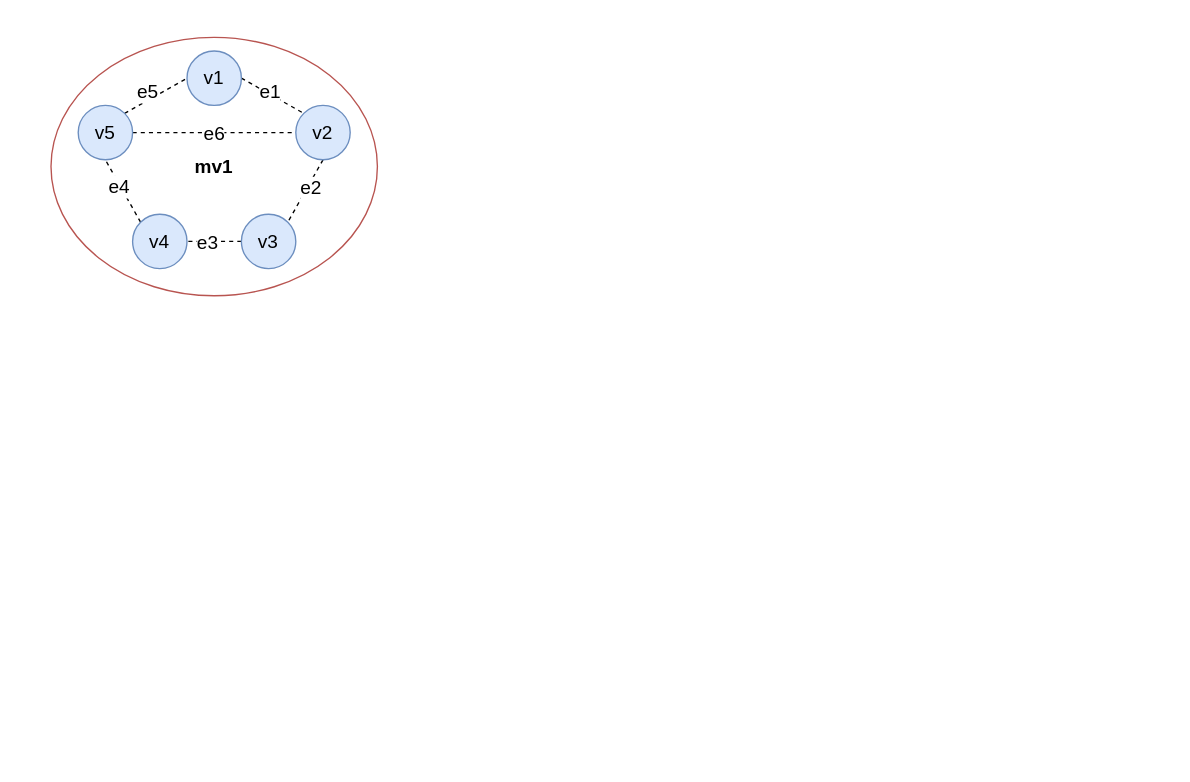
This is Big metagraph.drawio from DMfananddu/MAG_Diploma, a draw.io file, before an edit. Source tidied: cells renumbered, new cells numbered last; positions are measured from the earlier drawing's top-left corner, leaving out a move shared by most shapes. Both pictures are drawn from the tidied source at 136%, with x=0, y=0 at pixel (50, 37).
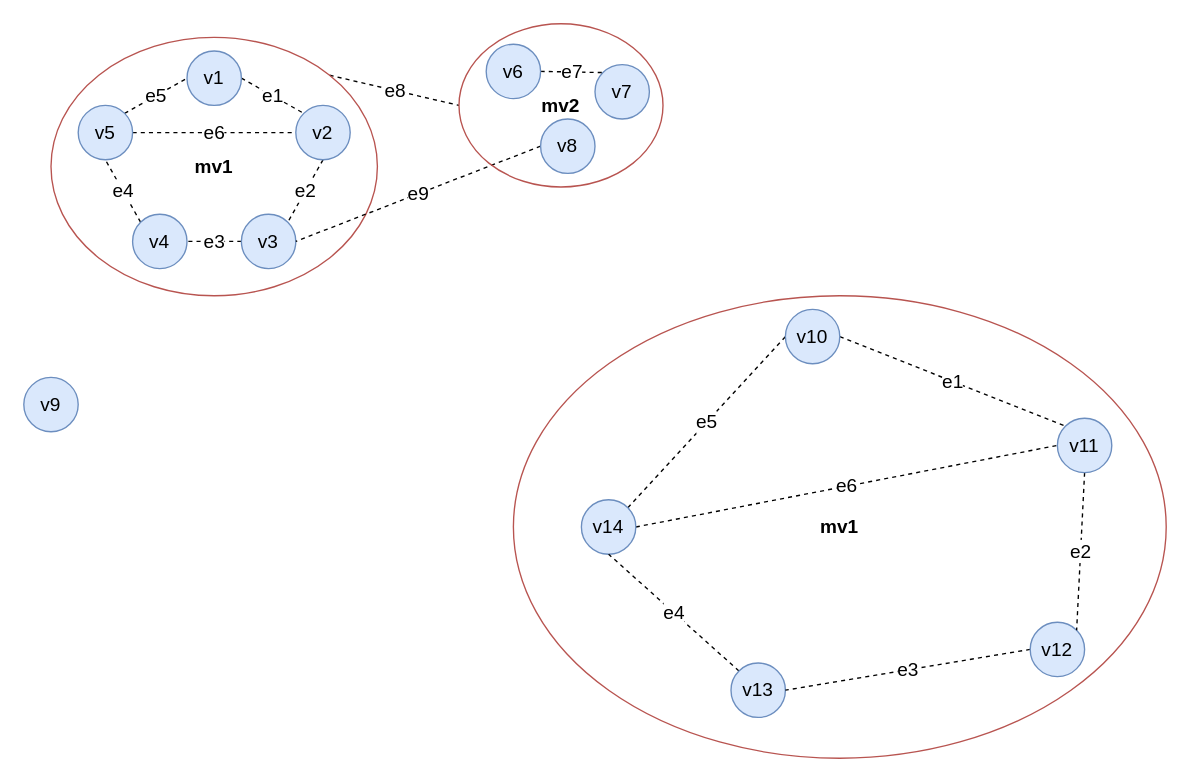
After the change.

Unchanged cells that the change refers to:
```xml
<mxCell id="2" value="mv1" style="ellipse;whiteSpace=wrap;html=1;fillColor=none;strokeColor=#b85450;fontSize=14;fontStyle=1;" parent="1" vertex="1">
  <mxGeometry width="240" height="190" as="geometry" />
</mxCell>
<mxCell id="7" value="v5" style="ellipse;whiteSpace=wrap;html=1;fillColor=#dae8fc;strokeColor=#6c8ebf;fontSize=14;" parent="1" vertex="1">
  <mxGeometry x="20" y="50" width="40" height="40" as="geometry" />
</mxCell>
<mxCell id="10" value="v4" style="ellipse;whiteSpace=wrap;html=1;fillColor=#dae8fc;strokeColor=#6c8ebf;fontSize=14;" parent="1" vertex="1">
  <mxGeometry x="60" y="130" width="40" height="40" as="geometry" />
</mxCell>
<mxCell id="13" value="v3" style="ellipse;whiteSpace=wrap;html=1;fillColor=#dae8fc;strokeColor=#6c8ebf;fontSize=14;" parent="1" vertex="1">
  <mxGeometry x="140" y="130" width="40" height="40" as="geometry" />
</mxCell>
<mxCell id="16" value="v2" style="ellipse;whiteSpace=wrap;html=1;fillColor=#dae8fc;strokeColor=#6c8ebf;fontSize=14;" parent="1" vertex="1">
  <mxGeometry x="180" y="50" width="40" height="40" as="geometry" />
</mxCell>
```

Diff of the diagram source:
```diff
@@
+    <mxCell id="20" value="e8" style="edgeStyle=none;rounded=0;jettySize=auto;html=1;exitX=1;exitY=0;exitDx=0;exitDy=0;entryX=0;entryY=0.5;entryDx=0;entryDy=0;dashed=1;fontSize=14;endArrow=none;endFill=0;" parent="1" edge="1" source="2" target="22">
+      <mxGeometry relative="1" as="geometry" />
+    </mxCell>
@@
-    <mxCell id="3" style="edgeStyle=none;rounded=0;jettySize=auto;html=1;exitX=1;exitY=0;exitDx=0;exitDy=0;entryX=0;entryY=0.5;entryDx=0;entryDy=0;dashed=1;fontSize=14;endArrow=none;endFill=0;" parent="1" edge="1" source="7" target="19">
+    <mxCell id="3" value="e5" style="edgeStyle=none;rounded=0;jettySize=auto;html=1;exitX=1;exitY=0;exitDx=0;exitDy=0;entryX=0;entryY=0.5;entryDx=0;entryDy=0;dashed=1;fontSize=14;endArrow=none;endFill=0;" parent="1" edge="1" source="7" target="19">
       <mxGeometry relative="1" as="geometry" />
     </mxCell>
-    <mxCell id="4" value="e5" style="edgeLabel;html=1;align=center;verticalAlign=middle;fontSize=14;" parent="3" vertex="1">
-      <mxGeometry x="-0.45" relative="1" as="geometry">
-        <mxPoint x="4" y="-9" as="offset" />
-      </mxGeometry>
-    </mxCell>
-    <mxCell id="5" style="edgeStyle=none;rounded=0;jettySize=auto;html=1;exitX=1;exitY=0.5;exitDx=0;exitDy=0;entryX=0;entryY=0.5;entryDx=0;entryDy=0;dashed=1;fontSize=14;endArrow=none;endFill=0;" parent="1" edge="1" source="7" target="16">
+    <mxCell id="5" value="e6" style="edgeStyle=none;rounded=0;jettySize=auto;html=1;exitX=1;exitY=0.5;exitDx=0;exitDy=0;entryX=0;entryY=0.5;entryDx=0;entryDy=0;dashed=1;fontSize=14;endArrow=none;endFill=0;" parent="1" edge="1" source="7" target="16">
       <mxGeometry relative="1" as="geometry" />
     </mxCell>
-    <mxCell id="6" value="e6" style="edgeLabel;html=1;align=center;verticalAlign=middle;fontSize=14;" parent="5" vertex="1">
-      <mxGeometry x="0.34" y="1" relative="1" as="geometry">
-        <mxPoint x="-21" y="1" as="offset" />
-      </mxGeometry>
-    </mxCell>
@@
-    <mxCell id="8" style="edgeStyle=none;rounded=0;jettySize=auto;html=1;exitX=0;exitY=0;exitDx=0;exitDy=0;entryX=0.5;entryY=1;entryDx=0;entryDy=0;dashed=1;fontSize=14;endArrow=none;endFill=0;" parent="1" edge="1" source="10" target="7">
+    <mxCell id="8" value="e4" style="edgeStyle=none;rounded=0;jettySize=auto;html=1;exitX=0;exitY=0;exitDx=0;exitDy=0;entryX=0.5;entryY=1;entryDx=0;entryDy=0;dashed=1;fontSize=14;endArrow=none;endFill=0;" parent="1" edge="1" source="10" target="7">
       <mxGeometry relative="1" as="geometry" />
     </mxCell>
-    <mxCell id="9" value="e4" style="edgeLabel;html=1;align=center;verticalAlign=middle;fontSize=14;" parent="8" vertex="1">
-      <mxGeometry x="-0.38" relative="1" as="geometry">
-        <mxPoint x="-8" y="-12" as="offset" />
-      </mxGeometry>
-    </mxCell>
@@
-    <mxCell id="11" style="edgeStyle=none;rounded=0;jettySize=auto;html=1;exitX=0;exitY=0.5;exitDx=0;exitDy=0;entryX=1;entryY=0.5;entryDx=0;entryDy=0;dashed=1;fontSize=14;endArrow=none;endFill=0;" parent="1" edge="1" source="13" target="10">
+    <mxCell id="11" value="e3" style="edgeStyle=none;rounded=0;jettySize=auto;html=1;exitX=0;exitY=0.5;exitDx=0;exitDy=0;entryX=1;entryY=0.5;entryDx=0;entryDy=0;dashed=1;fontSize=14;endArrow=none;endFill=0;" parent="1" edge="1" source="13" target="10">
       <mxGeometry relative="1" as="geometry" />
     </mxCell>
-    <mxCell id="12" value="e3" style="edgeLabel;html=1;align=center;verticalAlign=middle;fontSize=14;" parent="11" vertex="1">
-      <mxGeometry x="-0.56" y="1" relative="1" as="geometry">
-        <mxPoint x="-17" y="-1" as="offset" />
-      </mxGeometry>
-    </mxCell>
@@
-    <mxCell id="14" style="edgeStyle=none;rounded=0;jettySize=auto;html=1;exitX=0.5;exitY=1;exitDx=0;exitDy=0;entryX=1;entryY=0;entryDx=0;entryDy=0;dashed=1;fontSize=14;endArrow=none;endFill=0;" parent="1" edge="1" source="16" target="13">
+    <mxCell id="14" value="e2" style="edgeStyle=none;rounded=0;jettySize=auto;html=1;exitX=0.5;exitY=1;exitDx=0;exitDy=0;entryX=1;entryY=0;entryDx=0;entryDy=0;dashed=1;fontSize=14;endArrow=none;endFill=0;" parent="1" edge="1" source="16" target="13">
       <mxGeometry relative="1" as="geometry" />
     </mxCell>
-    <mxCell id="15" value="e2" style="edgeLabel;html=1;align=center;verticalAlign=middle;fontSize=14;" parent="14" vertex="1">
-      <mxGeometry x="-0.53" relative="1" as="geometry">
-        <mxPoint x="-4" y="10" as="offset" />
-      </mxGeometry>
-    </mxCell>
@@
-    <mxCell id="17" style="rounded=0;jettySize=auto;html=1;exitX=1;exitY=0.5;exitDx=0;exitDy=0;entryX=0;entryY=0;entryDx=0;entryDy=0;dashed=1;endArrow=none;endFill=0;fontSize=14;" parent="1" edge="1" source="19" target="16">
+    <mxCell id="17" value="e1" style="rounded=0;jettySize=auto;html=1;exitX=1;exitY=0.5;exitDx=0;exitDy=0;entryX=0;entryY=0;entryDx=0;entryDy=0;dashed=1;endArrow=none;endFill=0;fontSize=14;" parent="1" edge="1" source="19" target="16">
       <mxGeometry relative="1" as="geometry" />
     </mxCell>
+    <mxCell id="19" value="v1" style="ellipse;whiteSpace=wrap;html=1;fillColor=#dae8fc;strokeColor=#6c8ebf;fontSize=14;" parent="1" vertex="1">
+      <mxGeometry x="100" y="10" width="40" height="40" as="geometry" />
+    </mxCell>
+    <mxCell id="21" value="e9" style="edgeStyle=none;rounded=0;jettySize=auto;html=1;exitX=0;exitY=0.5;exitDx=0;exitDy=0;entryX=1;entryY=0.5;entryDx=0;entryDy=0;dashed=1;fontSize=14;endArrow=none;endFill=0;" parent="1" edge="1" source="23" target="13">
+      <mxGeometry relative="1" as="geometry" />
+    </mxCell>
+    <mxCell id="22" value="mv2" style="ellipse;whiteSpace=wrap;html=1;fillColor=none;strokeColor=#b85450;fontSize=14;fontStyle=1;" parent="1" vertex="1">
+      <mxGeometry x="300" y="-10" width="150" height="120" as="geometry" />
+    </mxCell>
+    <mxCell id="23" value="v8" style="ellipse;whiteSpace=wrap;html=1;fillColor=#dae8fc;strokeColor=#6c8ebf;fontSize=14;" parent="1" vertex="1">
+      <mxGeometry x="360" y="60" width="40" height="40" as="geometry" />
+    </mxCell>
+    <mxCell id="24" value="v7" style="ellipse;whiteSpace=wrap;html=1;fillColor=#dae8fc;strokeColor=#6c8ebf;fontSize=14;" parent="1" vertex="1">
+      <mxGeometry x="400" y="20" width="40" height="40" as="geometry" />
+    </mxCell>
+    <mxCell id="25" value="e7" style="rounded=0;jettySize=auto;html=1;exitX=1;exitY=0.5;exitDx=0;exitDy=0;entryX=0;entryY=0;entryDx=0;entryDy=0;dashed=1;endArrow=none;endFill=0;fontSize=14;" parent="1" edge="1" source="26" target="24">
+      <mxGeometry relative="1" as="geometry" />
+    </mxCell>
+    <mxCell id="26" value="v6" style="ellipse;whiteSpace=wrap;html=1;fillColor=#dae8fc;strokeColor=#6c8ebf;fontSize=14;" parent="1" vertex="1">
+      <mxGeometry x="320" y="5" width="40" height="40" as="geometry" />
+    </mxCell>
+    <mxCell id="27" value="v9" style="ellipse;whiteSpace=wrap;html=1;fillColor=#dae8fc;strokeColor=#6c8ebf;fontSize=14;" parent="1" vertex="1">
+      <mxGeometry x="-20" y="250" width="40" height="40" as="geometry" />
+    </mxCell>
+    <mxCell id="28" value="mv1" style="ellipse;whiteSpace=wrap;html=1;fillColor=none;strokeColor=#b85450;fontSize=14;fontStyle=1;" parent="1" vertex="1">
+      <mxGeometry x="340" y="190" width="480" height="340" as="geometry" />
+    </mxCell>
+    <mxCell id="4" value="e5" style="edgeStyle=none;rounded=0;jettySize=auto;html=1;exitX=1;exitY=0;exitDx=0;exitDy=0;entryX=0;entryY=0.5;entryDx=0;entryDy=0;dashed=1;fontSize=14;endArrow=none;endFill=0;" parent="1" edge="1" source="29" target="33">
+      <mxGeometry relative="1" as="geometry" />
+    </mxCell>
+    <mxCell id="6" value="e6" style="edgeStyle=none;rounded=0;jettySize=auto;html=1;exitX=1;exitY=0.5;exitDx=0;exitDy=0;entryX=0;entryY=0.5;entryDx=0;entryDy=0;dashed=1;fontSize=14;endArrow=none;endFill=0;" parent="1" edge="1" source="29" target="32">
+      <mxGeometry relative="1" as="geometry" />
+    </mxCell>
+    <mxCell id="29" value="v14" style="ellipse;whiteSpace=wrap;html=1;fillColor=#dae8fc;strokeColor=#6c8ebf;fontSize=14;" parent="1" vertex="1">
+      <mxGeometry x="390" y="340" width="40" height="40" as="geometry" />
+    </mxCell>
+    <mxCell id="9" value="e4" style="edgeStyle=none;rounded=0;jettySize=auto;html=1;exitX=0;exitY=0;exitDx=0;exitDy=0;entryX=0.5;entryY=1;entryDx=0;entryDy=0;dashed=1;fontSize=14;endArrow=none;endFill=0;" parent="1" edge="1" source="30" target="29">
+      <mxGeometry relative="1" as="geometry" />
+    </mxCell>
+    <mxCell id="30" value="v13" style="ellipse;whiteSpace=wrap;html=1;fillColor=#dae8fc;strokeColor=#6c8ebf;fontSize=14;" parent="1" vertex="1">
+      <mxGeometry x="500" y="460" width="40" height="40" as="geometry" />
+    </mxCell>
+    <mxCell id="12" value="e3" style="edgeStyle=none;rounded=0;jettySize=auto;html=1;exitX=0;exitY=0.5;exitDx=0;exitDy=0;entryX=1;entryY=0.5;entryDx=0;entryDy=0;dashed=1;fontSize=14;endArrow=none;endFill=0;" parent="1" edge="1" source="31" target="30">
+      <mxGeometry relative="1" as="geometry" />
+    </mxCell>
+    <mxCell id="31" value="v12" style="ellipse;whiteSpace=wrap;html=1;fillColor=#dae8fc;strokeColor=#6c8ebf;fontSize=14;" parent="1" vertex="1">
+      <mxGeometry x="720" y="430" width="40" height="40" as="geometry" />
+    </mxCell>
+    <mxCell id="15" value="e2" style="edgeStyle=none;rounded=0;jettySize=auto;html=1;exitX=0.5;exitY=1;exitDx=0;exitDy=0;entryX=1;entryY=0;entryDx=0;entryDy=0;dashed=1;fontSize=14;endArrow=none;endFill=0;" parent="1" edge="1" source="32" target="31">
+      <mxGeometry relative="1" as="geometry" />
+    </mxCell>
+    <mxCell id="32" value="v11" style="ellipse;whiteSpace=wrap;html=1;fillColor=#dae8fc;strokeColor=#6c8ebf;fontSize=14;" parent="1" vertex="1">
+      <mxGeometry x="740" y="280" width="40" height="40" as="geometry" />
+    </mxCell>
-    <mxCell id="18" value="e1" style="edgeLabel;html=1;align=center;verticalAlign=middle;fontSize=14;" parent="17" vertex="1">
-      <mxGeometry x="0.43" relative="1" as="geometry">
-        <mxPoint x="-13" y="-9" as="offset" />
-      </mxGeometry>
+    <mxCell id="18" value="e1" style="rounded=0;jettySize=auto;html=1;exitX=1;exitY=0.5;exitDx=0;exitDy=0;entryX=0;entryY=0;entryDx=0;entryDy=0;dashed=1;endArrow=none;endFill=0;fontSize=14;" parent="1" edge="1" source="33" target="32">
+      <mxGeometry relative="1" as="geometry" />
     </mxCell>
-    <mxCell id="19" value="v1" style="ellipse;whiteSpace=wrap;html=1;fillColor=#dae8fc;strokeColor=#6c8ebf;fontSize=14;" parent="1" vertex="1">
-      <mxGeometry x="100" y="10" width="40" height="40" as="geometry" />
-    </mxCell>
+    <mxCell id="33" value="v10" style="ellipse;whiteSpace=wrap;html=1;fillColor=#dae8fc;strokeColor=#6c8ebf;fontSize=14;" parent="1" vertex="1">
+      <mxGeometry x="540" y="200" width="40" height="40" as="geometry" />
+    </mxCell>
```
